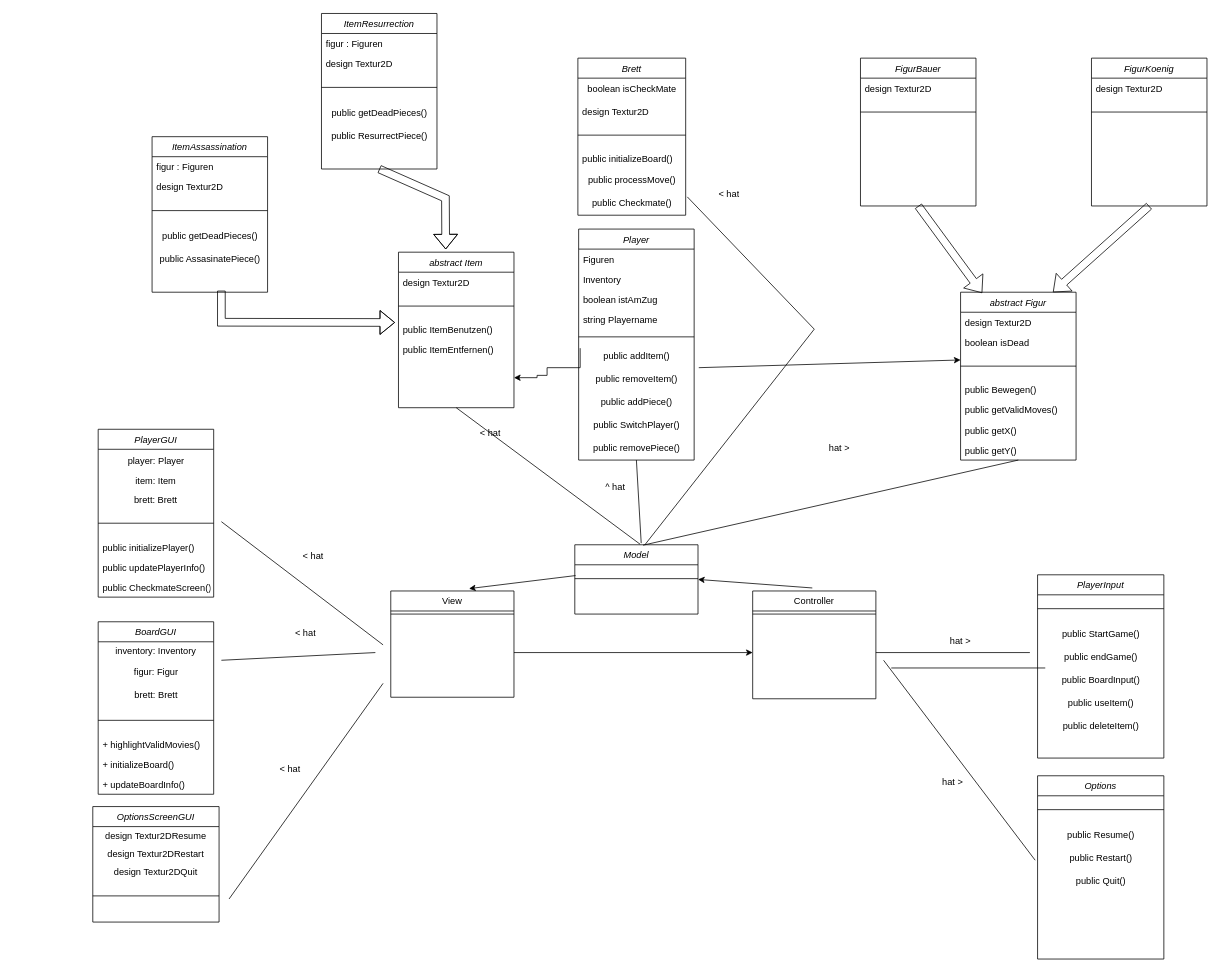
This is ProjektSmthidk.drawio from Swagsy/Eclipselovers69, a draw.io file, before an edit. Source tidied: cells renumbered, new cells numbered last; positions are measured from the earlier drawing's top-left corner, leaving out a move shared by most shapes. Both pictures are drawn from the tidied source at 77%, with x=0, y=0 at pixel (92, 13).
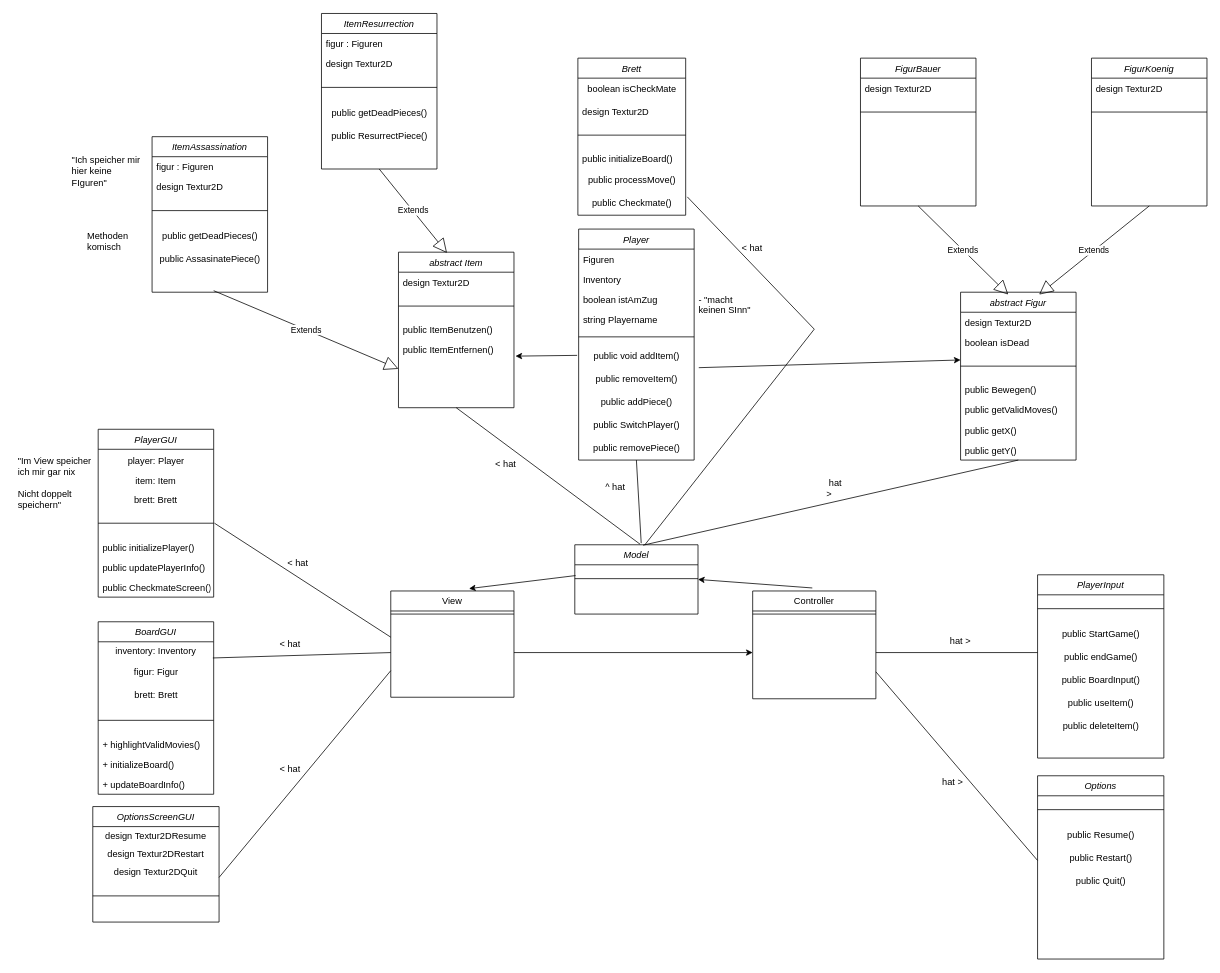
Above is the later version.

Unchanged cells that the change refers to:
```xml
<mxCell id="4" value="View" style="swimlane;fontStyle=0;align=center;verticalAlign=top;horizontal=1;startSize=26;rounded=0;shadow=0;strokeWidth=1;" parent="1" vertex="1">
  <mxGeometry x="387" y="750" width="160" height="138" as="geometry" />
</mxCell>
<mxCell id="6" value="Controller&#10;" style="swimlane;fontStyle=0;align=center;verticalAlign=top;horizontal=1;startSize=26;rounded=0;shadow=0;strokeWidth=1;" parent="1" vertex="1">
  <mxGeometry x="857" y="750" width="160" height="140" as="geometry" />
</mxCell>
<mxCell id="10" value="Player" style="swimlane;fontStyle=2;align=center;verticalAlign=top;horizontal=1;startSize=26;rounded=0;shadow=0;strokeWidth=1;" parent="1" vertex="1">
  <mxGeometry x="631" y="280" width="150" height="300" as="geometry" />
</mxCell>
<mxCell id="22" value="abstract Figur" style="swimlane;fontStyle=2;align=center;verticalAlign=top;horizontal=1;startSize=26;rounded=0;shadow=0;strokeWidth=1;" parent="1" vertex="1">
  <mxGeometry x="1127" y="362" width="150" height="218" as="geometry" />
</mxCell>
<mxCell id="30" value="abstract Item&#10;" style="swimlane;fontStyle=2;align=center;verticalAlign=top;horizontal=1;startSize=26;rounded=0;shadow=0;strokeWidth=1;" parent="1" vertex="1">
  <mxGeometry x="397" y="310" width="150" height="202" as="geometry" />
</mxCell>
<mxCell id="33" value="public ItemBenutzen()" style="text;align=left;verticalAlign=top;spacingLeft=4;spacingRight=4;overflow=hidden;points=[[0,0.5],[1,0.5]];portConstraint=eastwest;rounded=0;shadow=0;html=0;" parent="30" vertex="1">
  <mxGeometry y="88" width="150" height="26" as="geometry" />
</mxCell>
<mxCell id="34" value="public ItemEntfernen()" style="text;align=left;verticalAlign=top;spacingLeft=4;spacingRight=4;overflow=hidden;points=[[0,0.5],[1,0.5]];portConstraint=eastwest;rounded=0;shadow=0;html=0;" parent="30" vertex="1">
  <mxGeometry y="114" width="150" height="26" as="geometry" />
</mxCell>
<mxCell id="54" value="figur: Figur" style="text;html=1;align=center;verticalAlign=middle;points=[];strokeColor=none;fillColor=none;" parent="52" vertex="1">
  <mxGeometry y="50" width="150" height="30" as="geometry" />
</mxCell>
<mxCell id="64" style="line;html=1;strokeWidth=1;align=left;verticalAlign=middle;spacingTop=-1;spacingLeft=3;spacingRight=3;labelPosition=right;points=[];portConstraint=eastwest;" parent="60" vertex="1">
  <mxGeometry y="104" width="150" height="36" as="geometry" />
</mxCell>
<mxCell id="76" value="public Restart()" style="text;html=1;align=center;verticalAlign=middle;points=[];strokeColor=none;fillColor=none;" parent="73" vertex="1">
  <mxGeometry y="92" width="164" height="30" as="geometry" />
</mxCell>
<mxCell id="84" value="ItemResurrection" style="swimlane;fontStyle=2;align=center;verticalAlign=top;horizontal=1;startSize=26;rounded=0;shadow=0;strokeWidth=1;" parent="1" vertex="1">
  <mxGeometry x="297" width="150" height="202" as="geometry" />
</mxCell>
<mxCell id="92" value="FigurBauer" style="swimlane;fontStyle=2;align=center;verticalAlign=top;horizontal=1;startSize=26;rounded=0;shadow=0;strokeWidth=1;" parent="1" vertex="1">
  <mxGeometry x="997" y="58" width="150" height="192" as="geometry" />
</mxCell>
<mxCell id="95" value="FigurKoenig" style="swimlane;fontStyle=2;align=center;verticalAlign=top;horizontal=1;startSize=26;rounded=0;shadow=0;strokeWidth=1;" parent="1" vertex="1">
  <mxGeometry x="1297" y="58" width="150" height="192" as="geometry" />
</mxCell>
<mxCell id="104" value="public endGame()" style="text;html=1;align=center;verticalAlign=middle;points=[];strokeColor=none;fillColor=none;" parent="101" vertex="1">
  <mxGeometry y="92" width="164" height="30" as="geometry" />
</mxCell>
<mxCell id="114" value="design Textur2DQuit" style="text;html=1;strokeColor=none;fillColor=none;align=center;verticalAlign=middle;whiteSpace=wrap;rounded=0;" parent="111" vertex="1">
  <mxGeometry y="74" width="164" height="24" as="geometry" />
</mxCell>
```

The edit, as a diff of the source:
```diff
@@
-    <mxCell id="16" value="public addItem()" style="text;html=1;align=center;verticalAlign=middle;points=[];strokeColor=none;fillColor=none;" parent="10" vertex="1">
+    <mxCell id="16" value="public void addItem()" style="text;html=1;align=center;verticalAlign=middle;points=[];strokeColor=none;fillColor=none;" parent="10" vertex="1">
       <mxGeometry y="150" width="150" height="30" as="geometry" />
     </mxCell>
@@
-    <mxCell id="42" style="endArrow=none;html=1;rounded=0;" parent="1" edge="1">
+    <mxCell id="42" style="endArrow=none;html=1;rounded=0;exitX=0.993;exitY=-0.1;exitDx=0;exitDy=0;exitPerimeter=0;" parent="1" edge="1" source="54">
       <mxGeometry relative="1" as="geometry">
-        <mxPoint x="167" y="840" as="sourcePoint" />
-        <mxPoint x="367" y="830" as="targetPoint" />
+        <mxPoint x="387" y="830" as="targetPoint" />
       </mxGeometry>
     </mxCell>
@@
     <mxCell id="47" value="&amp;lt; hat" style="text;strokeColor=none;fillColor=none;align=left;verticalAlign=middle;spacingLeft=4;spacingRight=4;overflow=hidden;whiteSpace=wrap;html=1;" parent="1" vertex="1">
-      <mxGeometry x="807" y="220" width="80" height="30" as="geometry" />
+      <mxGeometry x="837" y="290" width="40" height="30" as="geometry" />
     </mxCell>
     <mxCell id="48" value="&amp;lt; hat" style="text;strokeColor=none;fillColor=none;align=left;verticalAlign=middle;spacingLeft=4;spacingRight=4;overflow=hidden;whiteSpace=wrap;html=1;" parent="1" vertex="1">
-      <mxGeometry x="497" y="530" width="80" height="30" as="geometry" />
+      <mxGeometry x="517" y="570" width="40" height="30" as="geometry" />
     </mxCell>
@@
     <mxCell id="50" value="&amp;nbsp;hat &amp;gt;" style="text;strokeColor=none;fillColor=none;align=left;verticalAlign=middle;spacingLeft=4;spacingRight=4;overflow=hidden;whiteSpace=wrap;html=1;" parent="1" vertex="1">
-      <mxGeometry x="947" y="550" width="80" height="30" as="geometry" />
+      <mxGeometry x="947" y="600" width="40" height="30" as="geometry" />
     </mxCell>
     <mxCell id="51" value="&amp;lt; hat" style="text;strokeColor=none;fillColor=none;align=left;verticalAlign=middle;spacingLeft=4;spacingRight=4;overflow=hidden;whiteSpace=wrap;html=1;" parent="1" vertex="1">
-      <mxGeometry x="257" y="790" width="80" height="30" as="geometry" />
+      <mxGeometry x="237" y="804" width="80" height="30" as="geometry" />
     </mxCell>
@@
-    <mxCell id="68" style="endArrow=none;html=1;rounded=0;" parent="1" edge="1">
+    <mxCell id="68" style="endArrow=none;html=1;rounded=0;exitX=1.007;exitY=0.5;exitDx=0;exitDy=0;exitPerimeter=0;" parent="1" edge="1" source="64">
       <mxGeometry relative="1" as="geometry">
-        <mxPoint x="167" y="660" as="sourcePoint" />
-        <mxPoint x="377" y="820" as="targetPoint" />
+        <mxPoint x="387" y="810" as="targetPoint" />
       </mxGeometry>
     </mxCell>
     <mxCell id="69" value="&amp;lt; hat" style="text;strokeColor=none;fillColor=none;align=left;verticalAlign=middle;spacingLeft=4;spacingRight=4;overflow=hidden;whiteSpace=wrap;html=1;" parent="1" vertex="1">
-      <mxGeometry x="267" y="690" width="80" height="30" as="geometry" />
+      <mxGeometry x="247" y="699" width="80" height="30" as="geometry" />
     </mxCell>
-    <mxCell id="70" style="edgeStyle=orthogonalEdgeStyle;rounded=0;jettySize=auto;html=1;exitX=0.013;exitY=0.156;exitDx=0;exitDy=0;exitPerimeter=0;" parent="1" edge="1" source="16">
-      <mxGeometry relative="1" as="geometry">
-        <mxPoint x="547" y="473" as="targetPoint" />
-        <Array as="points">
-          <mxPoint x="633" y="460" />
-          <mxPoint x="590" y="460" />
-          <mxPoint x="590" y="470" />
-          <mxPoint x="577" y="470" />
-          <mxPoint x="577" y="473" />
-        </Array>
-      </mxGeometry>
-    </mxCell>
-    <mxCell id="71" style="endArrow=none;html=1;rounded=0;" parent="1" edge="1">
+    <mxCell id="71" style="endArrow=none;html=1;rounded=0;entryX=0;entryY=0.3;entryDx=0;entryDy=0;entryPerimeter=0;" parent="1" edge="1" target="104">
       <mxGeometry relative="1" as="geometry">
         <mxPoint x="1017" y="830" as="sourcePoint" />
-        <mxPoint x="1217" y="830" as="targetPoint" />
       </mxGeometry>
     </mxCell>
@@
-    <mxCell id="90" style="shape=flexArrow;endArrow=classic;html=1;rounded=0;entryX=-0.03;entryY=0.128;entryDx=0;entryDy=0;entryPerimeter=0;" parent="1" edge="1" target="33">
-      <mxGeometry relative="1" as="geometry">
-        <mxPoint x="167" y="360" as="sourcePoint" />
-        <Array as="points">
-          <mxPoint x="167" y="401" />
-        </Array>
-      </mxGeometry>
-    </mxCell>
-    <mxCell id="91" style="shape=flexArrow;endArrow=classic;html=1;rounded=0;entryX=0.409;entryY=-0.018;entryDx=0;entryDy=0;entryPerimeter=0;exitX=0.5;exitY=1;exitDx=0;exitDy=0;" parent="1" edge="1" source="84" target="30">
-      <mxGeometry relative="1" as="geometry">
-        <Array as="points">
-          <mxPoint x="458" y="240" />
-        </Array>
-      </mxGeometry>
-    </mxCell>
@@
-    <mxCell id="98" style="shape=flexArrow;endArrow=classic;html=1;rounded=0;exitX=0.5;exitY=1;exitDx=0;exitDy=0;entryX=0.187;entryY=0.005;entryDx=0;entryDy=0;entryPerimeter=0;" parent="1" edge="1" source="92" target="22">
-      <mxGeometry relative="1" as="geometry" />
-    </mxCell>
-    <mxCell id="99" style="shape=flexArrow;endArrow=classic;html=1;rounded=0;exitX=0.5;exitY=1;exitDx=0;exitDy=0;entryX=0.8;entryY=0;entryDx=0;entryDy=0;entryPerimeter=0;" parent="1" edge="1" source="95" target="22">
-      <mxGeometry relative="1" as="geometry" />
-    </mxCell>
@@
-    <mxCell id="108" style="endArrow=none;html=1;rounded=0;entryX=-0.019;entryY=0.589;entryDx=0;entryDy=0;entryPerimeter=0;" parent="1" edge="1" target="76">
+    <mxCell id="108" style="endArrow=none;html=1;rounded=0;exitX=1;exitY=0.75;exitDx=0;exitDy=0;" parent="1" edge="1" source="6">
       <mxGeometry relative="1" as="geometry">
-        <mxPoint x="1027" y="840" as="sourcePoint" />
+        <mxPoint x="1227" y="1100" as="targetPoint" />
       </mxGeometry>
     </mxCell>
-    <mxCell id="109" style="endArrow=none;html=1;rounded=0;" parent="1" edge="1">
-      <mxGeometry relative="1" as="geometry">
-        <mxPoint x="1037" y="850" as="sourcePoint" />
-        <mxPoint x="1237" y="850" as="targetPoint" />
-      </mxGeometry>
-    </mxCell>
@@
-    <mxCell id="116" style="endArrow=none;html=1;rounded=0;" parent="1" edge="1">
-      <mxGeometry relative="1" as="geometry">
-        <mxPoint x="177" y="1150" as="sourcePoint" />
-        <mxPoint x="377" y="870" as="targetPoint" />
-      </mxGeometry>
+    <mxCell id="116" style="endArrow=none;html=1;rounded=0;entryX=0;entryY=0.75;entryDx=0;entryDy=0;exitX=1;exitY=0.75;exitDx=0;exitDy=0;" parent="1" edge="1" source="114" target="4">
+      <mxGeometry relative="1" as="geometry" />
     </mxCell>
@@
+    <mxCell id="118" value="&lt;div&gt;&quot;Im View speicher ich mir gar nix&lt;/div&gt;&lt;div&gt;&lt;br&gt;&lt;/div&gt;&lt;div&gt;Nicht doppelt speichern&quot;&lt;/div&gt;" style="text;strokeColor=none;fillColor=none;align=left;verticalAlign=middle;spacingLeft=4;spacingRight=4;overflow=hidden;whiteSpace=wrap;html=1;" parent="1" vertex="1">
+      <mxGeometry x="-103" y="570" width="110" height="80" as="geometry" />
+    </mxCell>
+    <mxCell id="119" value="Methoden komisch" style="text;strokeColor=none;fillColor=none;align=left;verticalAlign=middle;spacingLeft=4;spacingRight=4;overflow=hidden;whiteSpace=wrap;html=1;" parent="1" vertex="1">
+      <mxGeometry x="-13" y="280" width="80" height="30" as="geometry" />
+    </mxCell>
+    <mxCell id="120" value="Extends" style="endArrow=block;endSize=16;endFill=0;html=1;rounded=0;entryX=0;entryY=0.75;entryDx=0;entryDy=0;" parent="1" edge="1" target="30">
+      <mxGeometry relative="1" as="geometry">
+        <mxPoint x="157" y="360" as="sourcePoint" />
+      </mxGeometry>
+    </mxCell>
+    <mxCell id="91" value="Extends" style="endArrow=block;endSize=16;endFill=0;html=1;rounded=0;entryX=0.42;entryY=0.005;entryDx=0;entryDy=0;entryPerimeter=0;exitX=0.5;exitY=1;exitDx=0;exitDy=0;" parent="1" edge="1" source="84" target="30">
+      <mxGeometry relative="1" as="geometry" />
+    </mxCell>
+    <mxCell id="121" value="&quot;Ich speicher mir hier keine FIguren&quot;" style="text;strokeColor=none;fillColor=none;align=left;verticalAlign=middle;spacingLeft=4;spacingRight=4;overflow=hidden;whiteSpace=wrap;html=1;" parent="1" vertex="1">
+      <mxGeometry x="-33" y="180" width="110" height="50" as="geometry" />
+    </mxCell>
+    <mxCell id="98" value="Extends" style="endArrow=block;endSize=16;endFill=0;html=1;rounded=0;entryX=0.413;entryY=0.014;entryDx=0;entryDy=0;entryPerimeter=0;exitX=0.5;exitY=1;exitDx=0;exitDy=0;" parent="1" edge="1" source="92" target="22">
+      <mxGeometry relative="1" as="geometry" />
+    </mxCell>
+    <mxCell id="99" value="Extends" style="endArrow=block;endSize=16;endFill=0;html=1;rounded=0;entryX=0.68;entryY=0.014;entryDx=0;entryDy=0;entryPerimeter=0;exitX=0.5;exitY=1;exitDx=0;exitDy=0;" parent="1" edge="1" source="95" target="22">
+      <mxGeometry relative="1" as="geometry" />
+    </mxCell>
+    <mxCell id="122" value=" - &quot;macht keinen SInn&quot;" style="text;strokeColor=none;fillColor=none;align=left;verticalAlign=middle;spacingLeft=4;spacingRight=4;overflow=hidden;whiteSpace=wrap;html=1;" parent="1" vertex="1">
+      <mxGeometry x="781" y="362" width="80" height="30" as="geometry" />
+    </mxCell>
+    <mxCell id="123" style="endArrow=classic;html=1;rounded=0;exitX=-0.013;exitY=0.467;exitDx=0;exitDy=0;exitPerimeter=0;entryX=1.013;entryY=0.808;entryDx=0;entryDy=0;entryPerimeter=0;" parent="1" edge="1" source="16" target="34">
+      <mxGeometry relative="1" as="geometry" />
+    </mxCell>
```
